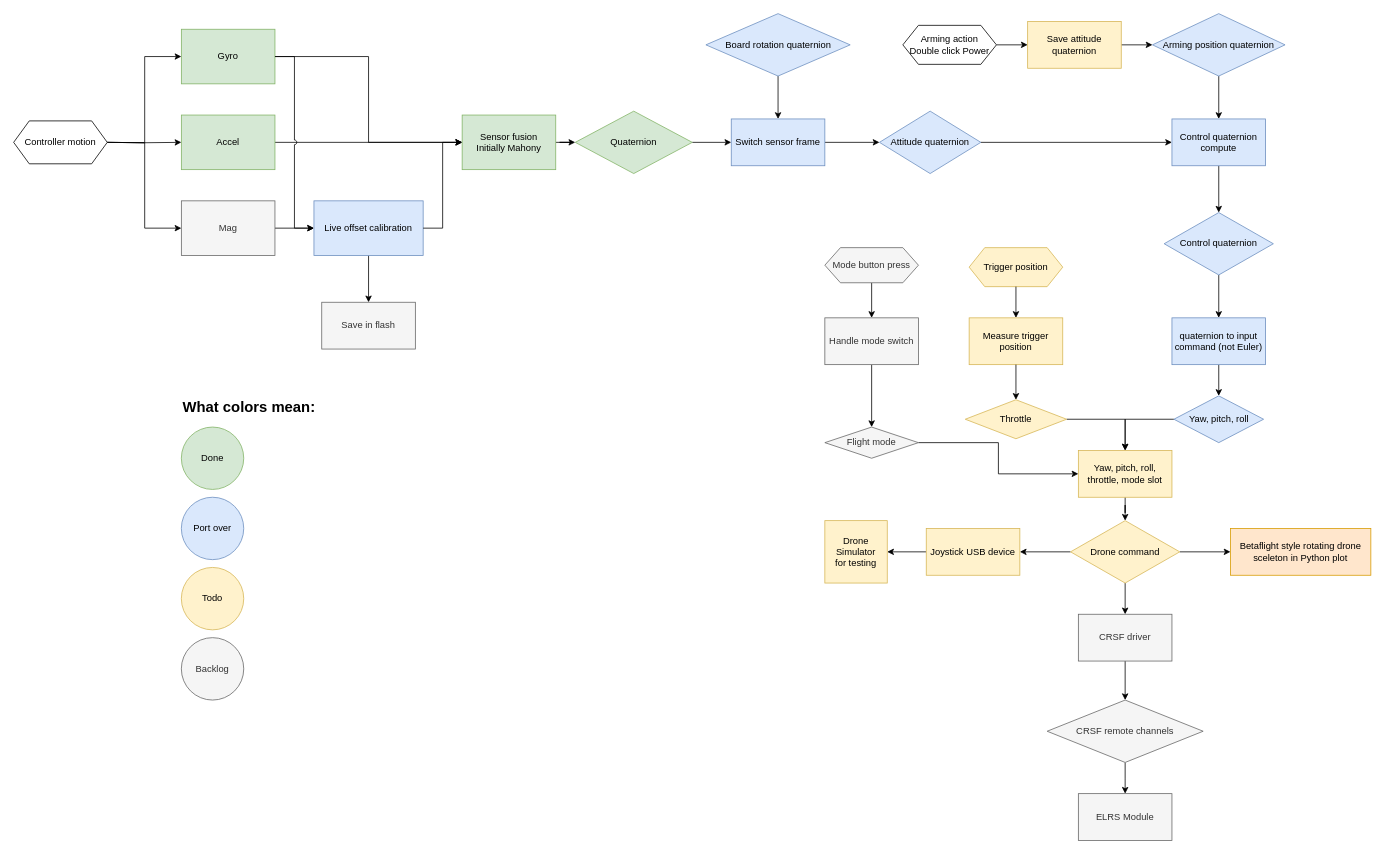
This is docs/swoop_data_flow_diagram.drawio from atopile/swoop, a draw.io file, before an edit. Source tidied: cells renumbered, new cells numbered last; positions are measured from the earlier drawing's top-left corner, leaving out a move shared by most shapes. Both pictures are drawn from the tidied source at 78%, with x=0, y=0 at pixel (13, 13).
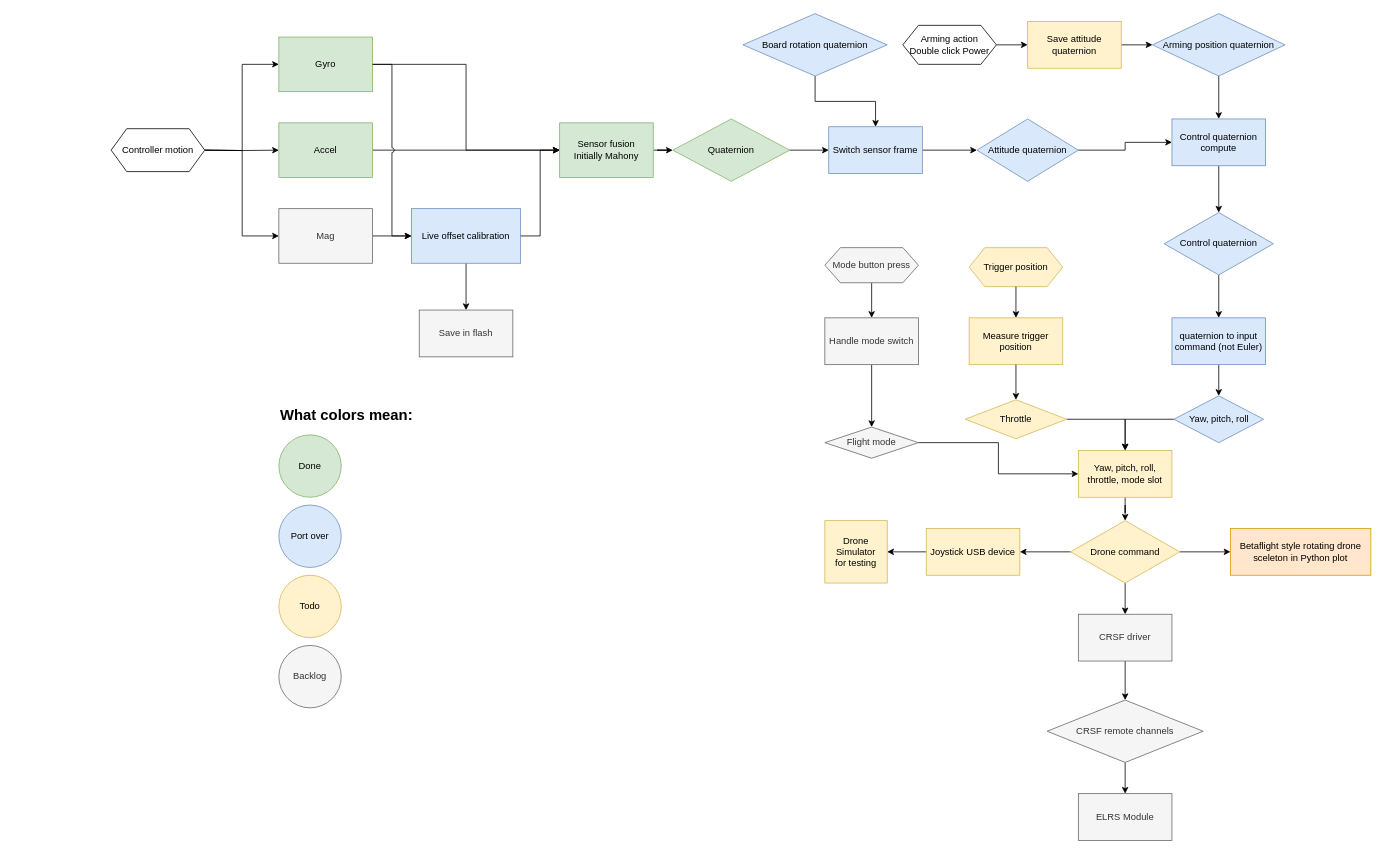
The same page after the edit.

Change to the diagram source:
```diff
@@
     <mxCell id="3" value="Gyro" style="rounded=0;whiteSpace=wrap;html=1;fillColor=#d5e8d4;strokeColor=#82b366;" parent="1" vertex="1">
-      <mxGeometry x="215" y="20" width="120" height="70" as="geometry" />
+      <mxGeometry x="340" y="30" width="120" height="70" as="geometry" />
     </mxCell>
@@
     <mxCell id="5" value="Accel" style="rounded=0;whiteSpace=wrap;html=1;fillColor=#d5e8d4;strokeColor=#82b366;" parent="1" vertex="1">
-      <mxGeometry x="215" y="130" width="120" height="70" as="geometry" />
+      <mxGeometry x="340" y="140" width="120" height="70" as="geometry" />
     </mxCell>
@@
     <mxCell id="7" value="Mag" style="rounded=0;whiteSpace=wrap;html=1;fillColor=#f5f5f5;fontColor=#333333;strokeColor=#666666;" parent="1" vertex="1">
-      <mxGeometry x="215" y="240" width="120" height="70" as="geometry" />
+      <mxGeometry x="340" y="250" width="120" height="70" as="geometry" />
     </mxCell>
@@
     <mxCell id="9" value="Live offset calibration" style="rounded=0;whiteSpace=wrap;html=1;fillColor=#dae8fc;strokeColor=#6c8ebf;" parent="1" vertex="1">
-      <mxGeometry x="385" y="240" width="140" height="70" as="geometry" />
+      <mxGeometry x="510" y="250" width="140" height="70" as="geometry" />
     </mxCell>
@@
     <mxCell id="11" value="Sensor fusion&lt;div&gt;Initially Mahony&lt;/div&gt;" style="rounded=0;whiteSpace=wrap;html=1;fillColor=#d5e8d4;strokeColor=#82b366;" parent="1" vertex="1">
-      <mxGeometry x="575" y="130" width="120" height="70" as="geometry" />
+      <mxGeometry x="700" y="140" width="120" height="70" as="geometry" />
     </mxCell>
@@
     <mxCell id="13" value="Save in flash" style="rounded=0;whiteSpace=wrap;html=1;fillColor=#f5f5f5;fontColor=#333333;strokeColor=#666666;" parent="1" vertex="1">
-      <mxGeometry x="395" y="370" width="120" height="60" as="geometry" />
+      <mxGeometry x="520" y="380" width="120" height="60" as="geometry" />
     </mxCell>
-    <mxCell id="14" style="edgeStyle=orthogonalEdgeStyle;rounded=0;jettySize=auto;html=1;entryX=0.5;entryY=0;entryDx=0;entryDy=0;" parent="1" edge="1" source="15" target="19">
+    <mxCell id="14" style="edgeStyle=orthogonalEdgeStyle;rounded=0;jettySize=auto;html=1;entryX=0.5;entryY=0;entryDx=0;entryDy=0;exitX=0.5;exitY=1;exitDx=0;exitDy=0;" parent="1" edge="1" source="15" target="19">
       <mxGeometry relative="1" as="geometry" />
     </mxCell>
     <mxCell id="15" value="Board rotation quaternion" style="rhombus;whiteSpace=wrap;html=1;fillColor=#dae8fc;strokeColor=#6c8ebf;" parent="1" vertex="1">
-      <mxGeometry x="887.5" width="185" height="80" as="geometry" />
+      <mxGeometry x="935" width="185" height="80" as="geometry" />
     </mxCell>
@@
     <mxCell id="17" value="Quaternion" style="rhombus;whiteSpace=wrap;html=1;fillColor=#d5e8d4;strokeColor=#82b366;" parent="1" vertex="1">
-      <mxGeometry x="720" y="125" width="150" height="80" as="geometry" />
+      <mxGeometry x="845" y="135" width="150" height="80" as="geometry" />
     </mxCell>
@@
     <mxCell id="19" value="Switch sensor frame" style="rounded=0;whiteSpace=wrap;html=1;fillColor=#dae8fc;strokeColor=#6c8ebf;" parent="1" vertex="1">
-      <mxGeometry x="920" y="135" width="120" height="60" as="geometry" />
+      <mxGeometry x="1045" y="145" width="120" height="60" as="geometry" />
     </mxCell>
@@
     <mxCell id="22" value="Attitude quaternion" style="rhombus;whiteSpace=wrap;html=1;fillColor=#dae8fc;strokeColor=#6c8ebf;" parent="1" vertex="1">
-      <mxGeometry x="1110" y="125" width="130" height="80" as="geometry" />
+      <mxGeometry x="1235" y="135" width="130" height="80" as="geometry" />
     </mxCell>
@@
     <mxCell id="55" style="edgeStyle=orthogonalEdgeStyle;rounded=0;jettySize=auto;html=1;entryX=0;entryY=0.5;entryDx=0;entryDy=0;" parent="1" edge="1" target="3">
       <mxGeometry relative="1" as="geometry">
-        <mxPoint x="120" y="165" as="sourcePoint" />
+        <mxPoint x="245" y="175" as="sourcePoint" />
       </mxGeometry>
     </mxCell>
     <mxCell id="56" style="edgeStyle=orthogonalEdgeStyle;rounded=0;jettySize=auto;html=1;entryX=0;entryY=0.5;entryDx=0;entryDy=0;" parent="1" edge="1" target="5">
       <mxGeometry relative="1" as="geometry">
-        <mxPoint x="120" y="165" as="sourcePoint" />
+        <mxPoint x="245" y="175" as="sourcePoint" />
       </mxGeometry>
     </mxCell>
     <mxCell id="57" style="edgeStyle=orthogonalEdgeStyle;rounded=0;jettySize=auto;html=1;entryX=0;entryY=0.5;entryDx=0;entryDy=0;" parent="1" edge="1" target="7">
       <mxGeometry relative="1" as="geometry">
-        <mxPoint x="120" y="165" as="sourcePoint" />
+        <mxPoint x="245" y="175" as="sourcePoint" />
       </mxGeometry>
     </mxCell>
     <mxCell id="58" value="Controller motion" style="shape=hexagon;perimeter=hexagonPerimeter2;whiteSpace=wrap;html=1;fixedSize=1;" parent="1" vertex="1">
-      <mxGeometry y="137.5" width="120" height="55" as="geometry" />
+      <mxGeometry x="125" y="147.5" width="120" height="55" as="geometry" />
     </mxCell>
@@
     <mxCell id="66" value="Done" style="ellipse;whiteSpace=wrap;html=1;fillColor=#d5e8d4;strokeColor=#82b366;" parent="1" vertex="1">
-      <mxGeometry x="215" y="530" width="80" height="80" as="geometry" />
+      <mxGeometry x="340" y="540" width="80" height="80" as="geometry" />
     </mxCell>
     <mxCell id="67" value="Port over" style="ellipse;whiteSpace=wrap;html=1;fillColor=#dae8fc;strokeColor=#6c8ebf;" parent="1" vertex="1">
-      <mxGeometry x="215" y="620" width="80" height="80" as="geometry" />
+      <mxGeometry x="340" y="630" width="80" height="80" as="geometry" />
     </mxCell>
     <mxCell id="68" value="Todo" style="ellipse;whiteSpace=wrap;html=1;fillColor=#fff2cc;strokeColor=#d6b656;" parent="1" vertex="1">
-      <mxGeometry x="215" y="710" width="80" height="80" as="geometry" />
+      <mxGeometry x="340" y="720" width="80" height="80" as="geometry" />
     </mxCell>
     <mxCell id="69" value="Backlog" style="ellipse;whiteSpace=wrap;html=1;fillColor=#f5f5f5;strokeColor=#666666;fontColor=#333333;" parent="1" vertex="1">
-      <mxGeometry x="215" y="800" width="80" height="80" as="geometry" />
+      <mxGeometry x="340" y="810" width="80" height="80" as="geometry" />
     </mxCell>
     <mxCell id="70" value="&lt;b&gt;&lt;font style=&quot;font-size: 19px;&quot;&gt;What colors mean:&lt;/font&gt;&lt;/b&gt;" style="text;html=1;align=left;verticalAlign=middle;whiteSpace=wrap;rounded=0;" parent="1" vertex="1">
-      <mxGeometry x="215" y="490" width="220" height="30" as="geometry" />
+      <mxGeometry x="340" y="500" width="220" height="30" as="geometry" />
     </mxCell>
```
